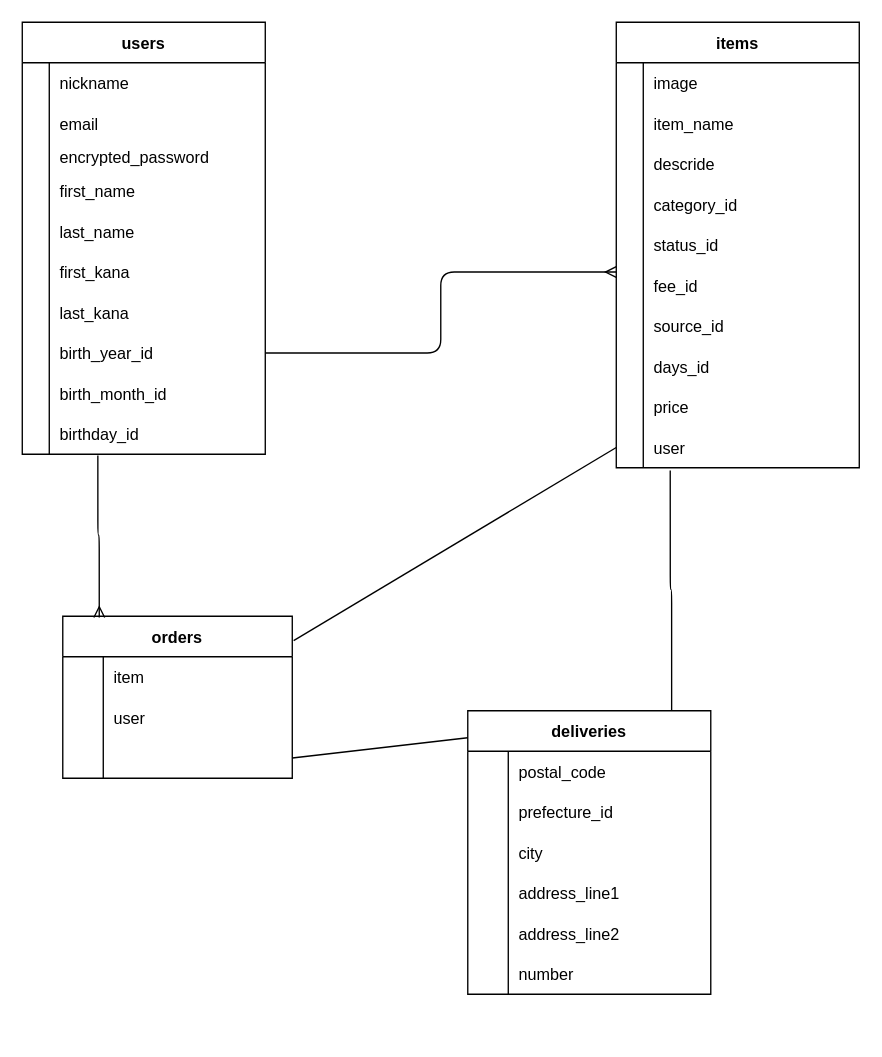
Before: FYRIMA.dio in gitmimigit/furima-37887, a draw.io diagram. Source tidied: cells renumbered, new cells numbered last; positions are measured from the earlier drawing's top-left corner, leaving out a move shared by most shapes. Both pictures are drawn from the tidied source at 135%, with x=0, y=0 at pixel (22, 22).
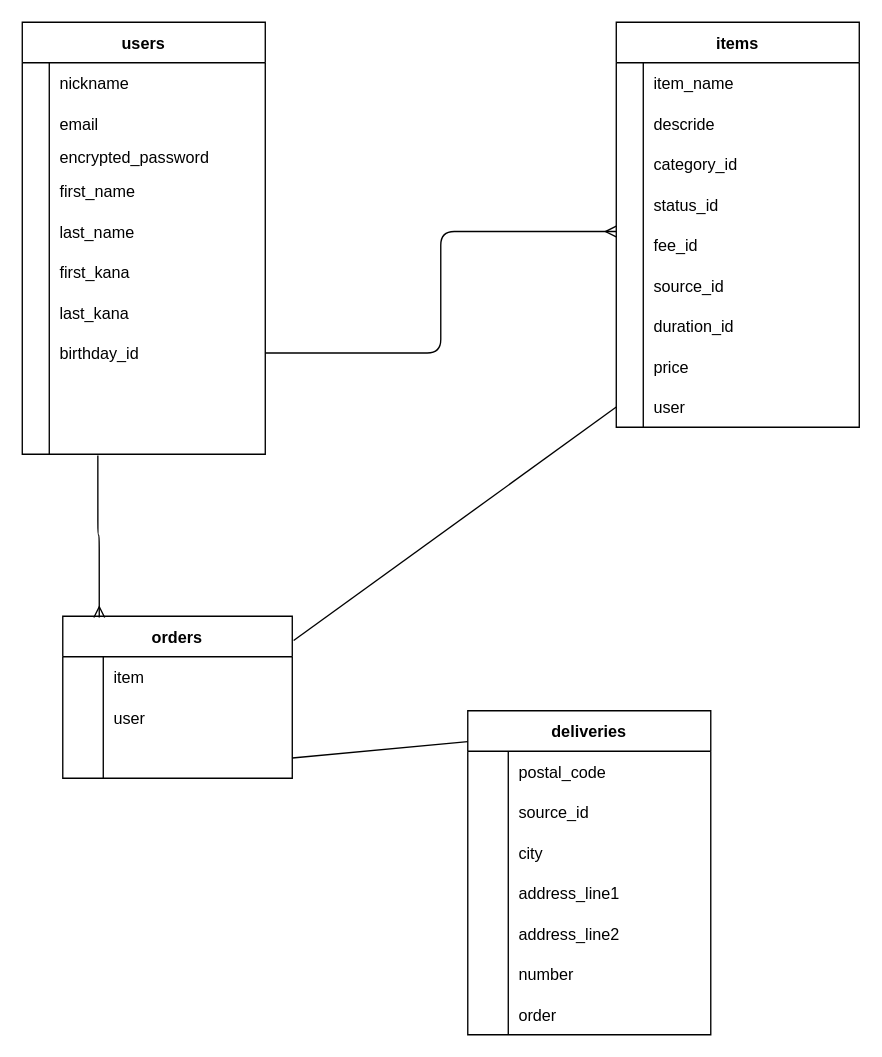
The same page after the edit.

The change refers to these unchanged cells:
```xml
<mxCell id="24" style="shape=partialRectangle;fillColor=none;top=0;left=0;bottom=0;right=0;points=[[0,0.5],[1,0.5]];portConstraint=eastwest;fontColor=#000000;" parent="2" vertex="1">
  <mxGeometry y="230" width="180" height="30" as="geometry" />
</mxCell>
<mxCell id="27" style="shape=partialRectangle;fillColor=none;top=0;left=0;bottom=0;right=0;labelBackgroundColor=none;fontColor=#000000;strokeColor=#000000;" parent="2" vertex="1">
  <mxGeometry y="260" width="180" height="30" as="geometry" />
</mxCell>
<mxCell id="30" style="shape=partialRectangle;fillColor=none;top=0;left=0;bottom=0;right=0;points=[[0,0.5],[1,0.5]];portConstraint=eastwest;labelBackgroundColor=none;fontColor=#000000;strokeColor=#000000;" parent="2" vertex="1">
  <mxGeometry y="290" width="180" height="30" as="geometry" />
</mxCell>
<mxCell id="78" style="shape=partialRectangle;fillColor=none;top=0;left=0;bottom=0;right=0;fontColor=#000000;" parent="74" vertex="1">
  <mxGeometry y="60" width="180" height="30" as="geometry" />
</mxCell>
```

Diff of the diagram source:
```diff
@@
-    <mxCell id="26" value="birth_year_id" style="shape=partialRectangle;fillColor=none;top=0;left=0;bottom=0;right=0;align=left;spacingLeft=6;overflow=hidden;fontColor=#000000;" parent="24" vertex="1">
+    <mxCell id="26" value="birthday_id" style="shape=partialRectangle;fillColor=none;top=0;left=0;bottom=0;right=0;align=left;spacingLeft=6;overflow=hidden;fontColor=#000000;" parent="24" vertex="1">
       <mxGeometry x="20" width="160" height="30" as="geometry" />
     </mxCell>
@@
-    <mxCell id="29" value="birth_month_id" style="shape=partialRectangle;fillColor=none;top=0;left=0;bottom=0;right=0;align=left;spacingLeft=6;overflow=hidden;labelBackgroundColor=none;fontColor=#000000;strokeColor=#FFFFFF;" parent="27" vertex="1">
+    <mxCell id="29" style="shape=partialRectangle;fillColor=none;top=0;left=0;bottom=0;right=0;align=left;spacingLeft=6;overflow=hidden;labelBackgroundColor=none;fontColor=#000000;strokeColor=#FFFFFF;" parent="27" vertex="1">
       <mxGeometry x="20" width="160" height="30" as="geometry" />
     </mxCell>
@@
-    <mxCell id="32" value="birthday_id" style="shape=partialRectangle;fillColor=none;top=0;left=0;bottom=0;right=0;align=left;spacingLeft=6;overflow=hidden;labelBackgroundColor=none;fontColor=#000000;strokeColor=#FFFFFF;" parent="30" vertex="1">
+    <mxCell id="32" style="shape=partialRectangle;fillColor=none;top=0;left=0;bottom=0;right=0;align=left;spacingLeft=6;overflow=hidden;labelBackgroundColor=none;fontColor=#000000;strokeColor=#FFFFFF;" parent="30" vertex="1">
       <mxGeometry x="20" width="160" height="30" as="geometry" />
     </mxCell>
     <mxCell id="33" value="items" style="shape=table;startSize=30;childLayout=tableLayout;rowLines=0;fontStyle=1;align=center;fontColor=#000000;" parent="1" vertex="1">
-      <mxGeometry x="440" width="180" height="330" as="geometry" />
+      <mxGeometry x="440" width="180" height="300" as="geometry" />
     </mxCell>
-    <mxCell id="34" style="shape=partialRectangle;fillColor=none;top=0;left=0;bottom=0;right=0;fontColor=#000000;" parent="33" vertex="1">
-      <mxGeometry y="30" width="180" height="30" as="geometry" />
-    </mxCell>
-    <mxCell id="35" style="shape=partialRectangle;fillColor=none;top=0;left=0;bottom=0;right=0;overflow=hidden;fontColor=#000000;" parent="34" vertex="1">
-      <mxGeometry width="20" height="30" as="geometry" />
-    </mxCell>
-    <mxCell id="36" value="image" style="shape=partialRectangle;fillColor=none;top=0;left=0;bottom=0;right=0;align=left;spacingLeft=6;overflow=hidden;fontColor=#000000;" parent="34" vertex="1">
-      <mxGeometry x="20" width="160" height="30" as="geometry" />
-    </mxCell>
     <mxCell id="37" style="shape=partialRectangle;fillColor=none;top=0;left=0;bottom=0;right=0;fontColor=#000000;" parent="33" vertex="1">
-      <mxGeometry y="60" width="180" height="30" as="geometry" />
+      <mxGeometry y="30" width="180" height="30" as="geometry" />
     </mxCell>
@@
     <mxCell id="40" style="shape=partialRectangle;fillColor=none;top=0;left=0;bottom=0;right=0;fontColor=#000000;" parent="33" vertex="1">
-      <mxGeometry y="90" width="180" height="30" as="geometry" />
+      <mxGeometry y="60" width="180" height="30" as="geometry" />
     </mxCell>
@@
     <mxCell id="43" style="shape=partialRectangle;fillColor=none;top=0;left=0;bottom=0;right=0;fontColor=#000000;" parent="33" vertex="1">
-      <mxGeometry y="120" width="180" height="30" as="geometry" />
+      <mxGeometry y="90" width="180" height="30" as="geometry" />
     </mxCell>
@@
     <mxCell id="46" style="shape=partialRectangle;fillColor=none;top=0;left=0;bottom=0;right=0;fontColor=#000000;" parent="33" vertex="1">
-      <mxGeometry y="150" width="180" height="30" as="geometry" />
+      <mxGeometry y="120" width="180" height="30" as="geometry" />
     </mxCell>
@@
     <mxCell id="49" style="shape=partialRectangle;fillColor=none;top=0;left=0;bottom=0;right=0;points=[[0,0.5],[1,0.5]];portConstraint=eastwest;fontColor=#000000;" parent="33" vertex="1">
-      <mxGeometry y="180" width="180" height="30" as="geometry" />
+      <mxGeometry y="150" width="180" height="30" as="geometry" />
     </mxCell>
@@
     <mxCell id="52" style="shape=partialRectangle;fillColor=none;top=0;left=0;bottom=0;right=0;fontColor=#000000;" parent="33" vertex="1">
-      <mxGeometry y="210" width="180" height="30" as="geometry" />
+      <mxGeometry y="180" width="180" height="30" as="geometry" />
     </mxCell>
@@
     <mxCell id="55" style="shape=partialRectangle;fillColor=none;top=0;left=0;bottom=0;right=0;fontColor=#000000;" parent="33" vertex="1">
-      <mxGeometry y="240" width="180" height="30" as="geometry" />
+      <mxGeometry y="210" width="180" height="30" as="geometry" />
     </mxCell>
@@
-    <mxCell id="57" value="days_id" style="shape=partialRectangle;fillColor=none;top=0;left=0;bottom=0;right=0;align=left;spacingLeft=6;overflow=hidden;fontColor=#000000;" parent="55" vertex="1">
+    <mxCell id="57" value="duration_id" style="shape=partialRectangle;fillColor=none;top=0;left=0;bottom=0;right=0;align=left;spacingLeft=6;overflow=hidden;fontColor=#000000;" parent="55" vertex="1">
       <mxGeometry x="20" width="160" height="30" as="geometry" />
     </mxCell>
     <mxCell id="58" style="shape=partialRectangle;fillColor=none;top=0;left=0;bottom=0;right=0;fontColor=#000000;" parent="33" vertex="1">
-      <mxGeometry y="270" width="180" height="30" as="geometry" />
+      <mxGeometry y="240" width="180" height="30" as="geometry" />
     </mxCell>
@@
     <mxCell id="61" style="shape=partialRectangle;fillColor=none;top=0;left=0;bottom=0;right=0;points=[[0,0.5],[1,0.5]];portConstraint=eastwest;fontColor=#000000;" parent="33" vertex="1">
-      <mxGeometry y="300" width="180" height="30" as="geometry" />
+      <mxGeometry y="270" width="180" height="30" as="geometry" />
     </mxCell>
@@
     <mxCell id="74" value="deliveries" style="shape=table;startSize=30;childLayout=tableLayout;rowLines=0;fontStyle=1;align=center;fontColor=#000000;" parent="1" vertex="1">
-      <mxGeometry x="330" y="510" width="180" height="210" as="geometry" />
+      <mxGeometry x="330" y="510" width="180" height="240" as="geometry" />
     </mxCell>
@@
-    <mxCell id="80" value="prefecture_id" style="shape=partialRectangle;fillColor=none;top=0;left=0;bottom=0;right=0;align=left;spacingLeft=6;overflow=hidden;fontColor=#000000;" parent="78" vertex="1">
+    <mxCell id="80" value="source_id" style="shape=partialRectangle;fillColor=none;top=0;left=0;bottom=0;right=0;align=left;spacingLeft=6;overflow=hidden;fontColor=#000000;" parent="78" vertex="1">
       <mxGeometry x="30" width="150" height="30" as="geometry" />
     </mxCell>
@@
+    <mxCell id="99" style="shape=partialRectangle;fillColor=none;top=0;left=0;bottom=0;right=0;labelBackgroundColor=none;fontColor=#000000;strokeColor=#000000;" parent="74" vertex="1">
+      <mxGeometry y="210" width="180" height="30" as="geometry" />
+    </mxCell>
+    <mxCell id="100" style="shape=partialRectangle;fillColor=none;top=0;left=0;bottom=0;right=0;overflow=hidden;labelBackgroundColor=none;fontColor=#000000;strokeColor=#000000;" parent="99" vertex="1">
+      <mxGeometry width="30" height="30" as="geometry" />
+    </mxCell>
+    <mxCell id="101" value="order" style="shape=partialRectangle;fillColor=none;top=0;left=0;bottom=0;right=0;align=left;spacingLeft=6;overflow=hidden;labelBackgroundColor=none;fontColor=#000000;strokeColor=#000000;" parent="99" vertex="1">
+      <mxGeometry x="30" width="150" height="30" as="geometry" />
+    </mxCell>
@@
-    <mxCell id="96" style="edgeStyle=orthogonalEdgeStyle;html=1;exitX=0.839;exitY=0;exitDx=0;exitDy=0;entryX=0.222;entryY=1.067;entryDx=0;entryDy=0;exitPerimeter=0;entryPerimeter=0;endArrow=none;endFill=0;fontColor=#000000;" parent="1" edge="1" source="74" target="61">
-      <mxGeometry relative="1" as="geometry">
-        <Array as="points">
-          <mxPoint x="481" y="420" />
-          <mxPoint x="480" y="420" />
-        </Array>
-      </mxGeometry>
-    </mxCell>
```
